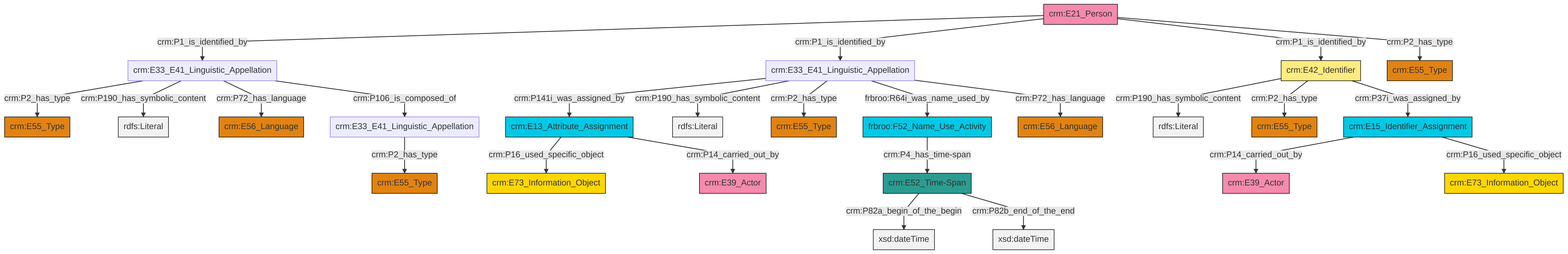
Earlier version of the Mermaid export et/personCSV/ttl/mmd/png/Person_Names_and_Classification.png (swiss-art-research-net/reference-data-models). Its source is kept beside it as et/personCSV/ttl/mmd/Person_Names_and_Classification.ttl.mmd.
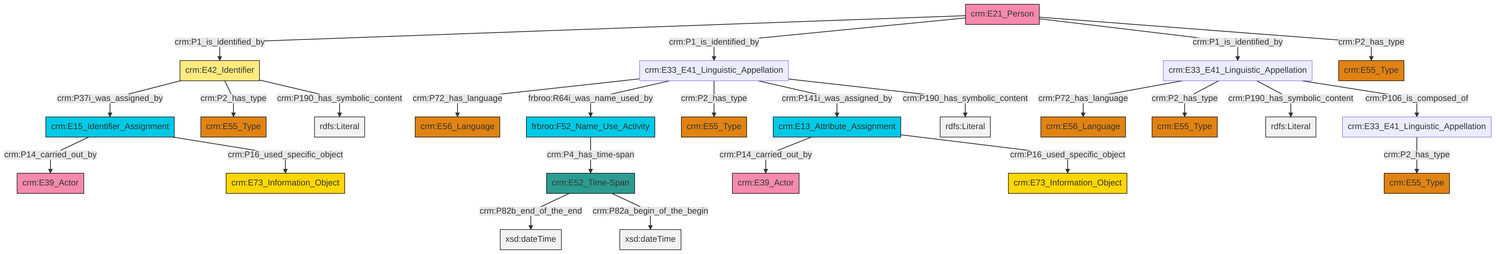
After the commit.

Change to the diagram source:
```diff
@@ -13,27 +13,27 @@
 classDef PC_Classes fill:#4ce600, stroke:#000000;
 classDef Multi fill:#cccccc,stroke:#000000;
 
-2["crm:E21_Person"]:::Actor -->|crm:P1_is_identified_by| 3["crm:E33_E41_Linguistic_Appellation"]:::Default
-0["crm:E15_Identifier_Assignment"]:::Temporal_Entity -->|crm:P14_carried_out_by| 10["crm:E39_Actor"]:::Actor
-13["crm:E33_E41_Linguistic_Appellation"]:::Default -->|crm:P141i_was_assigned_by| 14["crm:E13_Attribute_Assignment"]:::Temporal_Entity
-13["crm:E33_E41_Linguistic_Appellation"]:::Default -->|crm:P190_has_symbolic_content| 15[rdfs:Literal]:::Literal
-3["crm:E33_E41_Linguistic_Appellation"]:::Default -->|crm:P2_has_type| 4["crm:E55_Type"]:::Type
-6["crm:E33_E41_Linguistic_Appellation"]:::Default -->|crm:P2_has_type| 16["crm:E55_Type"]:::Type
-2["crm:E21_Person"]:::Actor -->|crm:P1_is_identified_by| 13["crm:E33_E41_Linguistic_Appellation"]:::Default
-14["crm:E13_Attribute_Assignment"]:::Temporal_Entity -->|crm:P16_used_specific_object| 8["crm:E73_Information_Object"]:::Conceptual_Object
-32["crm:E42_Identifier"]:::Appellation -->|crm:P190_has_symbolic_content| 33[rdfs:Literal]:::Literal
-32["crm:E42_Identifier"]:::Appellation -->|crm:P2_has_type| 34["crm:E55_Type"]:::Type
-2["crm:E21_Person"]:::Actor -->|crm:P1_is_identified_by| 32["crm:E42_Identifier"]:::Appellation
-13["crm:E33_E41_Linguistic_Appellation"]:::Default -->|crm:P2_has_type| 35["crm:E55_Type"]:::Type
-3["crm:E33_E41_Linguistic_Appellation"]:::Default -->|crm:P190_has_symbolic_content| 36[rdfs:Literal]:::Literal
-39["frbroo:F52_Name_Use_Activity"]:::Temporal_Entity -->|crm:P4_has_time-span| 28["crm:E52_Time-Span"]:::Time-Span
-3["crm:E33_E41_Linguistic_Appellation"]:::Default -->|crm:P72_has_language| 19["crm:E56_Language"]:::Type
-13["crm:E33_E41_Linguistic_Appellation"]:::Default -->|frbroo:R64i_was_name_used_by| 39["frbroo:F52_Name_Use_Activity"]:::Temporal_Entity
+0["crm:E21_Person"]:::Actor -->|crm:P1_is_identified_by| 1["crm:E42_Identifier"]:::Appellation
+1["crm:E42_Identifier"]:::Appellation -->|crm:P37i_was_assigned_by| 2["crm:E15_Identifier_Assignment"]:::Temporal_Entity
+2["crm:E15_Identifier_Assignment"]:::Temporal_Entity -->|crm:P14_carried_out_by| 5["crm:E39_Actor"]:::Actor
+13["crm:E13_Attribute_Assignment"]:::Temporal_Entity -->|crm:P14_carried_out_by| 15["crm:E39_Actor"]:::Actor
+2["crm:E15_Identifier_Assignment"]:::Temporal_Entity -->|crm:P16_used_specific_object| 16["crm:E73_Information_Object"]:::Conceptual_Object
+17["crm:E33_E41_Linguistic_Appellation"]:::Default -->|crm:P72_has_language| 18["crm:E56_Language"]:::Type
+17["crm:E33_E41_Linguistic_Appellation"]:::Default -->|frbroo:R64i_was_name_used_by| 11["frbroo:F52_Name_Use_Activity"]:::Temporal_Entity
+0["crm:E21_Person"]:::Actor -->|crm:P1_is_identified_by| 17["crm:E33_E41_Linguistic_Appellation"]:::Default
+9["crm:E33_E41_Linguistic_Appellation"]:::Default -->|crm:P2_has_type| 26["crm:E55_Type"]:::Type
+1["crm:E42_Identifier"]:::Appellation -->|crm:P2_has_type| 3["crm:E55_Type"]:::Type
+28["crm:E52_Time-Span"]:::Time-Span -->|crm:P82b_end_of_the_end| 29[xsd:dateTime]:::Literal
+11["frbroo:F52_Name_Use_Activity"]:::Temporal_Entity -->|crm:P4_has_time-span| 28["crm:E52_Time-Span"]:::Time-Span
+17["crm:E33_E41_Linguistic_Appellation"]:::Default -->|crm:P2_has_type| 31["crm:E55_Type"]:::Type
+22["crm:E33_E41_Linguistic_Appellation"]:::Default -->|crm:P72_has_language| 33["crm:E56_Language"]:::Type
+0["crm:E21_Person"]:::Actor -->|crm:P1_is_identified_by| 22["crm:E33_E41_Linguistic_Appellation"]:::Default
+0["crm:E21_Person"]:::Actor -->|crm:P2_has_type| 36["crm:E55_Type"]:::Type
+17["crm:E33_E41_Linguistic_Appellation"]:::Default -->|crm:P141i_was_assigned_by| 13["crm:E13_Attribute_Assignment"]:::Temporal_Entity
+22["crm:E33_E41_Linguistic_Appellation"]:::Default -->|crm:P2_has_type| 20["crm:E55_Type"]:::Type
+13["crm:E13_Attribute_Assignment"]:::Temporal_Entity -->|crm:P16_used_specific_object| 7["crm:E73_Information_Object"]:::Conceptual_Object
+22["crm:E33_E41_Linguistic_Appellation"]:::Default -->|crm:P190_has_symbolic_content| 39[rdfs:Literal]:::Literal
 28["crm:E52_Time-Span"]:::Time-Span -->|crm:P82a_begin_of_the_begin| 40[xsd:dateTime]:::Literal
-0["crm:E15_Identifier_Assignment"]:::Temporal_Entity -->|crm:P16_used_specific_object| 24["crm:E73_Information_Object"]:::Conceptual_Object
-13["crm:E33_E41_Linguistic_Appellation"]:::Default -->|crm:P72_has_language| 26["crm:E56_Language"]:::Type
-32["crm:E42_Identifier"]:::Appellation -->|crm:P37i_was_assigned_by| 0["crm:E15_Identifier_Assignment"]:::Temporal_Entity
-28["crm:E52_Time-Span"]:::Time-Span -->|crm:P82b_end_of_the_end| 41[xsd:dateTime]:::Literal
-2["crm:E21_Person"]:::Actor -->|crm:P2_has_type| 43["crm:E55_Type"]:::Type
-14["crm:E13_Attribute_Assignment"]:::Temporal_Entity -->|crm:P14_carried_out_by| 17["crm:E39_Actor"]:::Actor
-3["crm:E33_E41_Linguistic_Appellation"]:::Default -->|crm:P106_is_composed_of| 6["crm:E33_E41_Linguistic_Appellation"]:::Default
+17["crm:E33_E41_Linguistic_Appellation"]:::Default -->|crm:P190_has_symbolic_content| 44[rdfs:Literal]:::Literal
+22["crm:E33_E41_Linguistic_Appellation"]:::Default -->|crm:P106_is_composed_of| 9["crm:E33_E41_Linguistic_Appellation"]:::Default
+1["crm:E42_Identifier"]:::Appellation -->|crm:P190_has_symbolic_content| 46[rdfs:Literal]:::Literal
```
